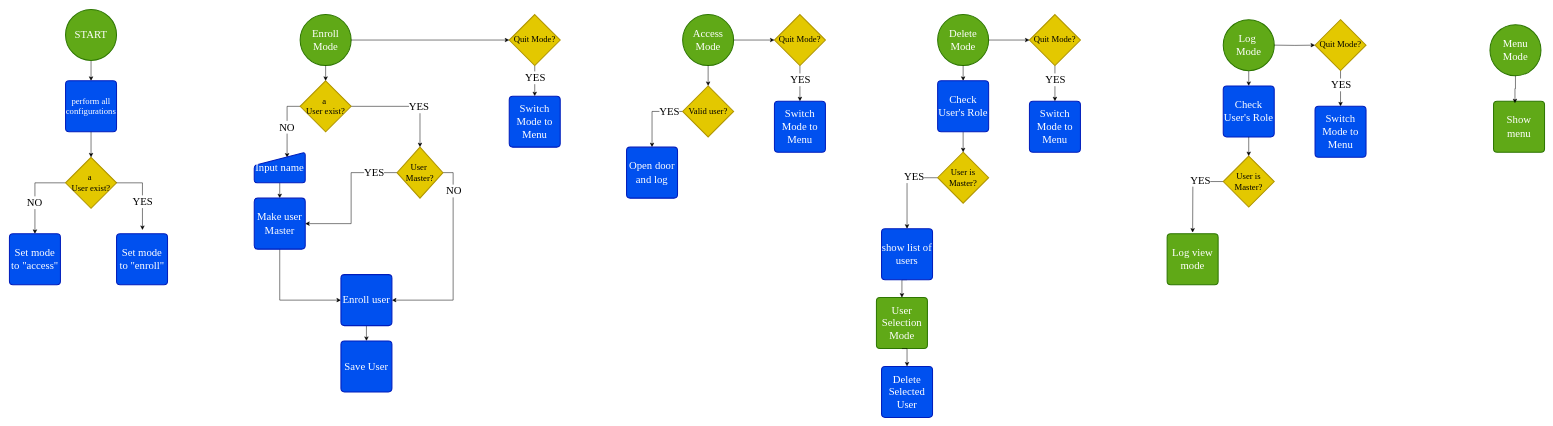
This is Access_control.drawio from Jah-yee/FingerPrint-Access-Control, a draw.io file, before an edit. Source tidied: cells renumbered, new cells numbered last; positions are measured from the earlier drawing's top-left corner, leaving out a move shared by most shapes. Both pictures are drawn from the tidied source at 51%, with x=0, y=0 at pixel (9, 9).
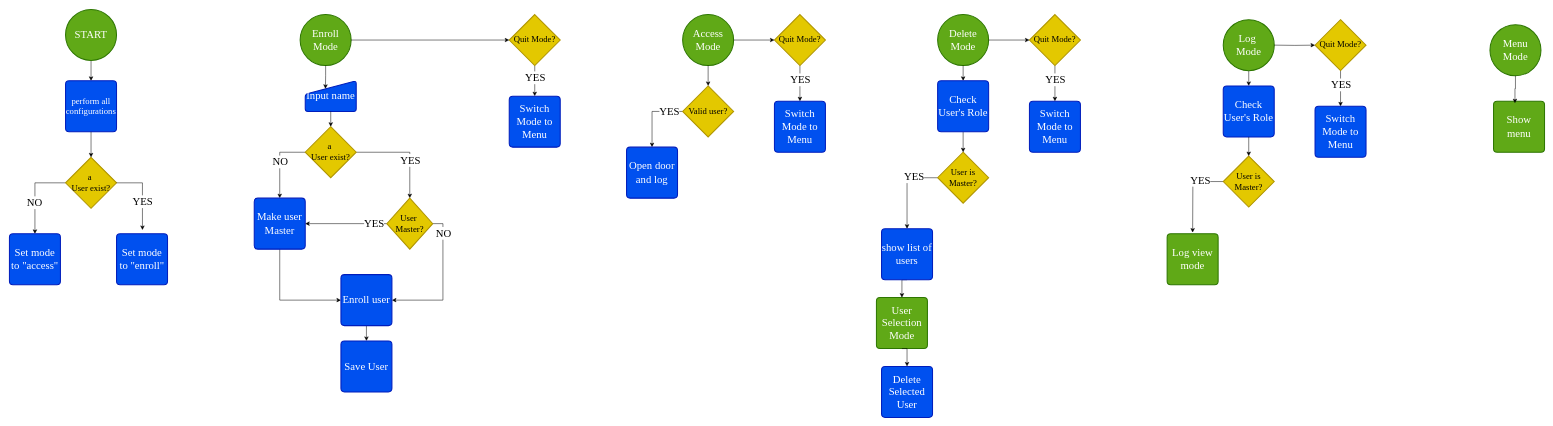
Above is the later version.

The change refers to these unchanged cells:
```xml
<mxCell id="13" value="&lt;span style=&quot;font-family: &amp;quot;Times New Roman&amp;quot;; font-size: 21px;&quot;&gt;Enroll Mode&lt;/span&gt;" style="strokeWidth=2;html=1;shape=mxgraph.flowchart.start_2;whiteSpace=wrap;fillColor=#60a917;fontColor=#ffffff;strokeColor=#2D7600;" parent="1" vertex="1">
  <mxGeometry x="570" y="10" width="100" height="100" as="geometry" />
</mxCell>
<mxCell id="23" value="&lt;font face=&quot;Times New Roman&quot; style=&quot;font-size: 21px;&quot;&gt;Make user Master&lt;/font&gt;" style="rounded=1;whiteSpace=wrap;html=1;absoluteArcSize=1;arcSize=14;strokeWidth=2;fillColor=#0050ef;fontColor=#ffffff;strokeColor=#001DBC;" parent="1" vertex="1">
  <mxGeometry x="480" y="370" width="100" height="100" as="geometry" />
</mxCell>
```

Change to the diagram source:
```diff
@@
-    <mxCell id="16" style="edgeStyle=orthogonalEdgeStyle;rounded=0;jettySize=auto;html=1;exitX=0;exitY=0.5;exitDx=0;exitDy=0;exitPerimeter=0;entryX=0.644;entryY=0.173;entryDx=0;entryDy=0;entryPerimeter=0;" parent="1" edge="1" source="18" target="21">
-      <mxGeometry relative="1" as="geometry" />
-    </mxCell>
+    <mxCell id="81" style="edgeStyle=orthogonalEdgeStyle;rounded=0;jettySize=auto;html=1;exitX=0;exitY=0.5;exitDx=0;exitDy=0;exitPerimeter=0;entryX=0.5;entryY=0;entryDx=0;entryDy=0;" parent="1" edge="1" source="18" target="23">
+      <mxGeometry relative="1" as="geometry" />
+    </mxCell>
-    <mxCell id="17" value="&lt;font face=&quot;Times New Roman&quot; style=&quot;font-size: 21px;&quot;&gt;NO&lt;/font&gt;" style="edgeLabel;html=1;align=center;verticalAlign=middle;" parent="16" vertex="1">
-      <mxGeometry x="0.04" y="-1" relative="1" as="geometry" />
+    <mxCell id="17" value="&lt;font face=&quot;Times New Roman&quot; style=&quot;font-size: 21px;&quot;&gt;NO&lt;/font&gt;" style="edgeLabel;html=1;align=center;verticalAlign=middle;" parent="81" vertex="1">
+      <mxGeometry x="-0.03" relative="1" as="geometry" />
     </mxCell>
     <mxCell id="18" value="&lt;font face=&quot;Times New Roman&quot;&gt;&lt;span style=&quot;font-size: 17px;&quot;&gt;a&amp;nbsp;&lt;/span&gt;&lt;/font&gt;&lt;div&gt;&lt;font face=&quot;Times New Roman&quot;&gt;&lt;span style=&quot;font-size: 17px;&quot;&gt;User exist?&lt;/span&gt;&lt;/font&gt;&lt;/div&gt;" style="strokeWidth=2;html=1;shape=mxgraph.flowchart.decision;whiteSpace=wrap;fillColor=#e3c800;fontColor=#000000;strokeColor=#B09500;" parent="1" vertex="1">
-      <mxGeometry x="570" y="140" width="100" height="100" as="geometry" />
+      <mxGeometry x="580" y="230" width="100" height="100" as="geometry" />
     </mxCell>
-    <mxCell id="19" style="edgeStyle=orthogonalEdgeStyle;rounded=0;jettySize=auto;html=1;exitX=0.5;exitY=1;exitDx=0;exitDy=0;exitPerimeter=0;entryX=0.5;entryY=0;entryDx=0;entryDy=0;entryPerimeter=0;" parent="1" edge="1" source="13" target="18">
-      <mxGeometry relative="1" as="geometry" />
-    </mxCell>
-    <mxCell id="20" style="edgeStyle=orthogonalEdgeStyle;rounded=0;jettySize=auto;html=1;exitX=0.5;exitY=1;exitDx=0;exitDy=0;entryX=0.5;entryY=0;entryDx=0;entryDy=0;" parent="1" edge="1" source="21" target="23">
-      <mxGeometry relative="1" as="geometry" />
-    </mxCell>
     <mxCell id="21" value="&lt;font face=&quot;Times New Roman&quot; style=&quot;font-size: 21px;&quot;&gt;Input name&lt;/font&gt;" style="html=1;strokeWidth=2;shape=manualInput;boundedLbl=1;whiteSpace=wrap;rounded=1;size=26;arcSize=11;fillColor=#0050ef;fontColor=#ffffff;strokeColor=#001DBC;" parent="1" vertex="1">
-      <mxGeometry x="480" y="280" width="100" height="60" as="geometry" />
+      <mxGeometry x="580" y="140" width="100" height="60" as="geometry" />
     </mxCell>
@@
     <mxCell id="28" value="&lt;font face=&quot;Times New Roman&quot; style=&quot;font-size: 17px;&quot;&gt;User&amp;nbsp;&lt;/font&gt;&lt;div&gt;&lt;font face=&quot;Times New Roman&quot; style=&quot;font-size: 17px;&quot;&gt;Master?&lt;/font&gt;&lt;/div&gt;" style="strokeWidth=2;html=1;shape=mxgraph.flowchart.decision;whiteSpace=wrap;fillColor=#e3c800;fontColor=#000000;strokeColor=#B09500;" parent="1" vertex="1">
-      <mxGeometry x="760" y="270" width="90" height="100" as="geometry" />
+      <mxGeometry x="740" y="370" width="90" height="100" as="geometry" />
     </mxCell>
@@
+    <mxCell id="82" style="edgeStyle=orthogonalEdgeStyle;rounded=0;jettySize=auto;html=1;exitX=0.5;exitY=1;exitDx=0;exitDy=0;exitPerimeter=0;entryX=0.396;entryY=0.26;entryDx=0;entryDy=0;entryPerimeter=0;" parent="1" edge="1" source="13" target="21">
+      <mxGeometry relative="1" as="geometry" />
+    </mxCell>
+    <mxCell id="83" style="edgeStyle=orthogonalEdgeStyle;rounded=0;jettySize=auto;html=1;exitX=0.5;exitY=1;exitDx=0;exitDy=0;entryX=0.5;entryY=0;entryDx=0;entryDy=0;entryPerimeter=0;" parent="1" edge="1" source="21" target="18">
+      <mxGeometry relative="1" as="geometry" />
+    </mxCell>
```
